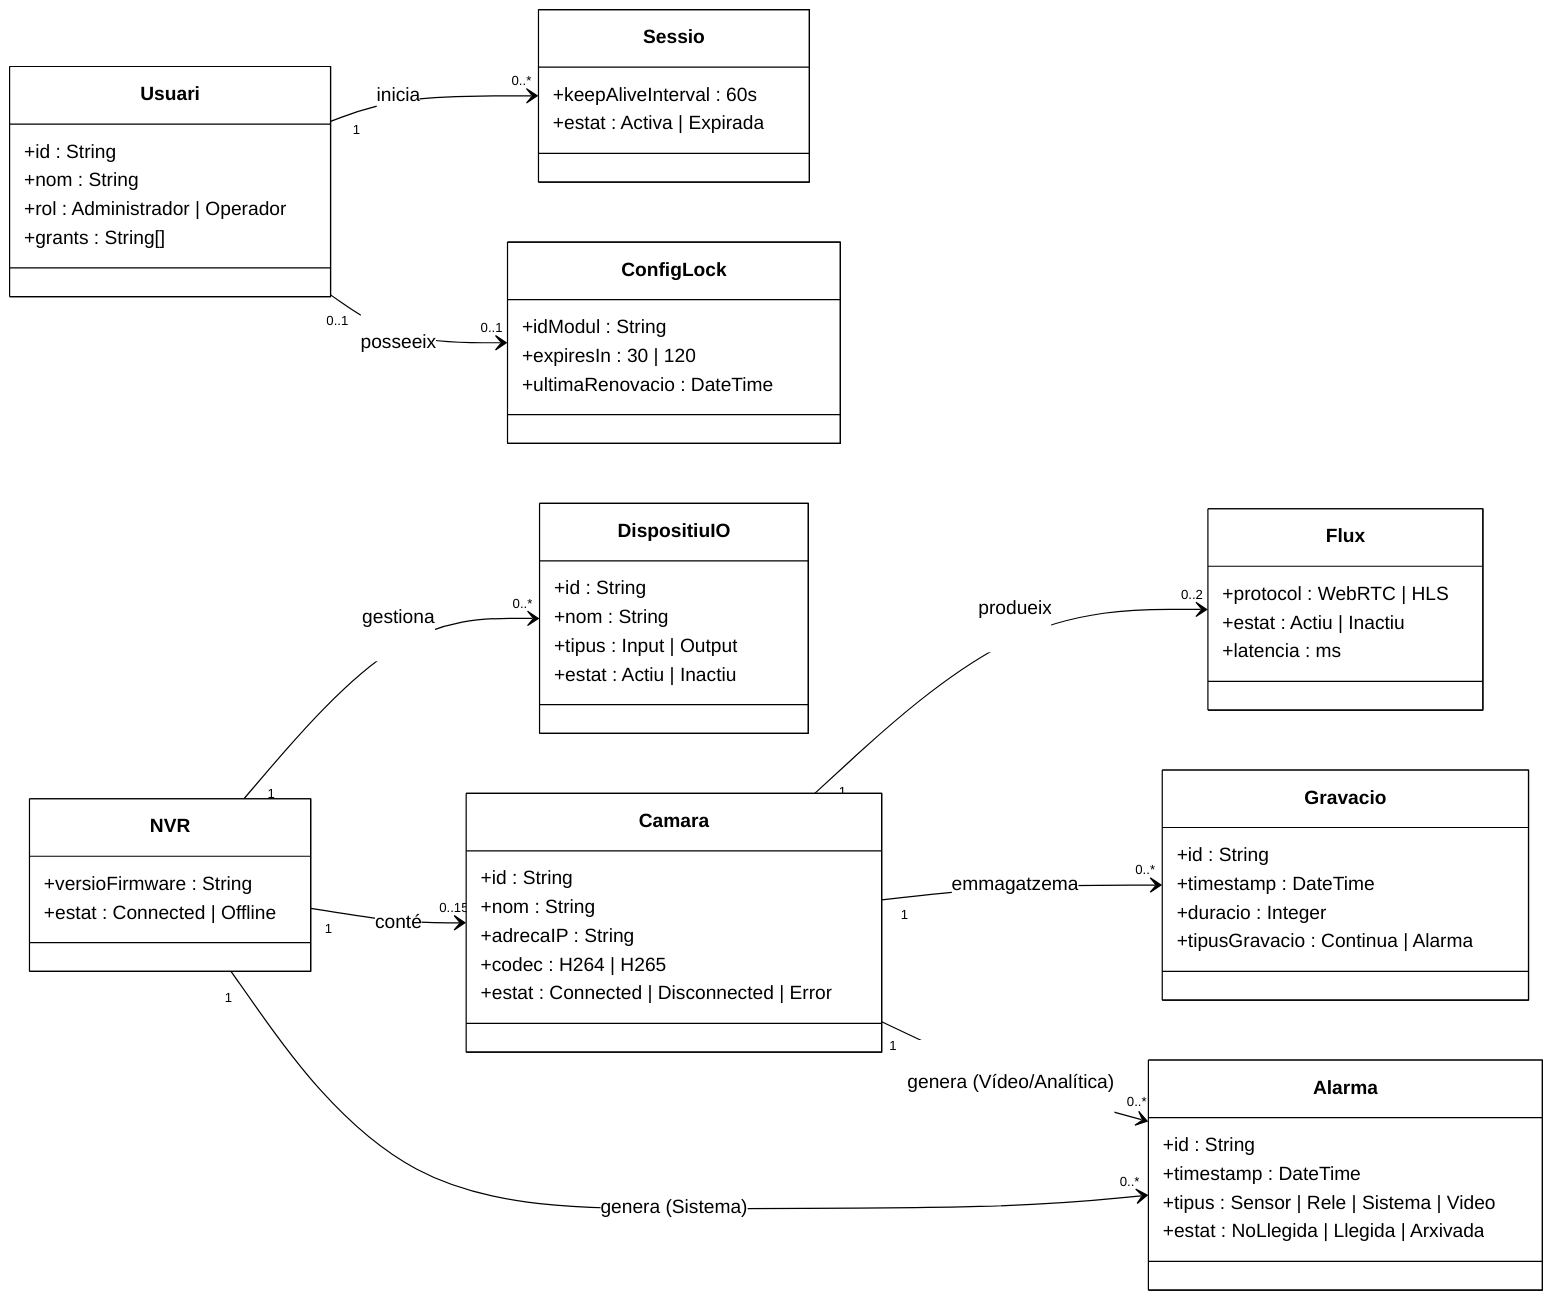
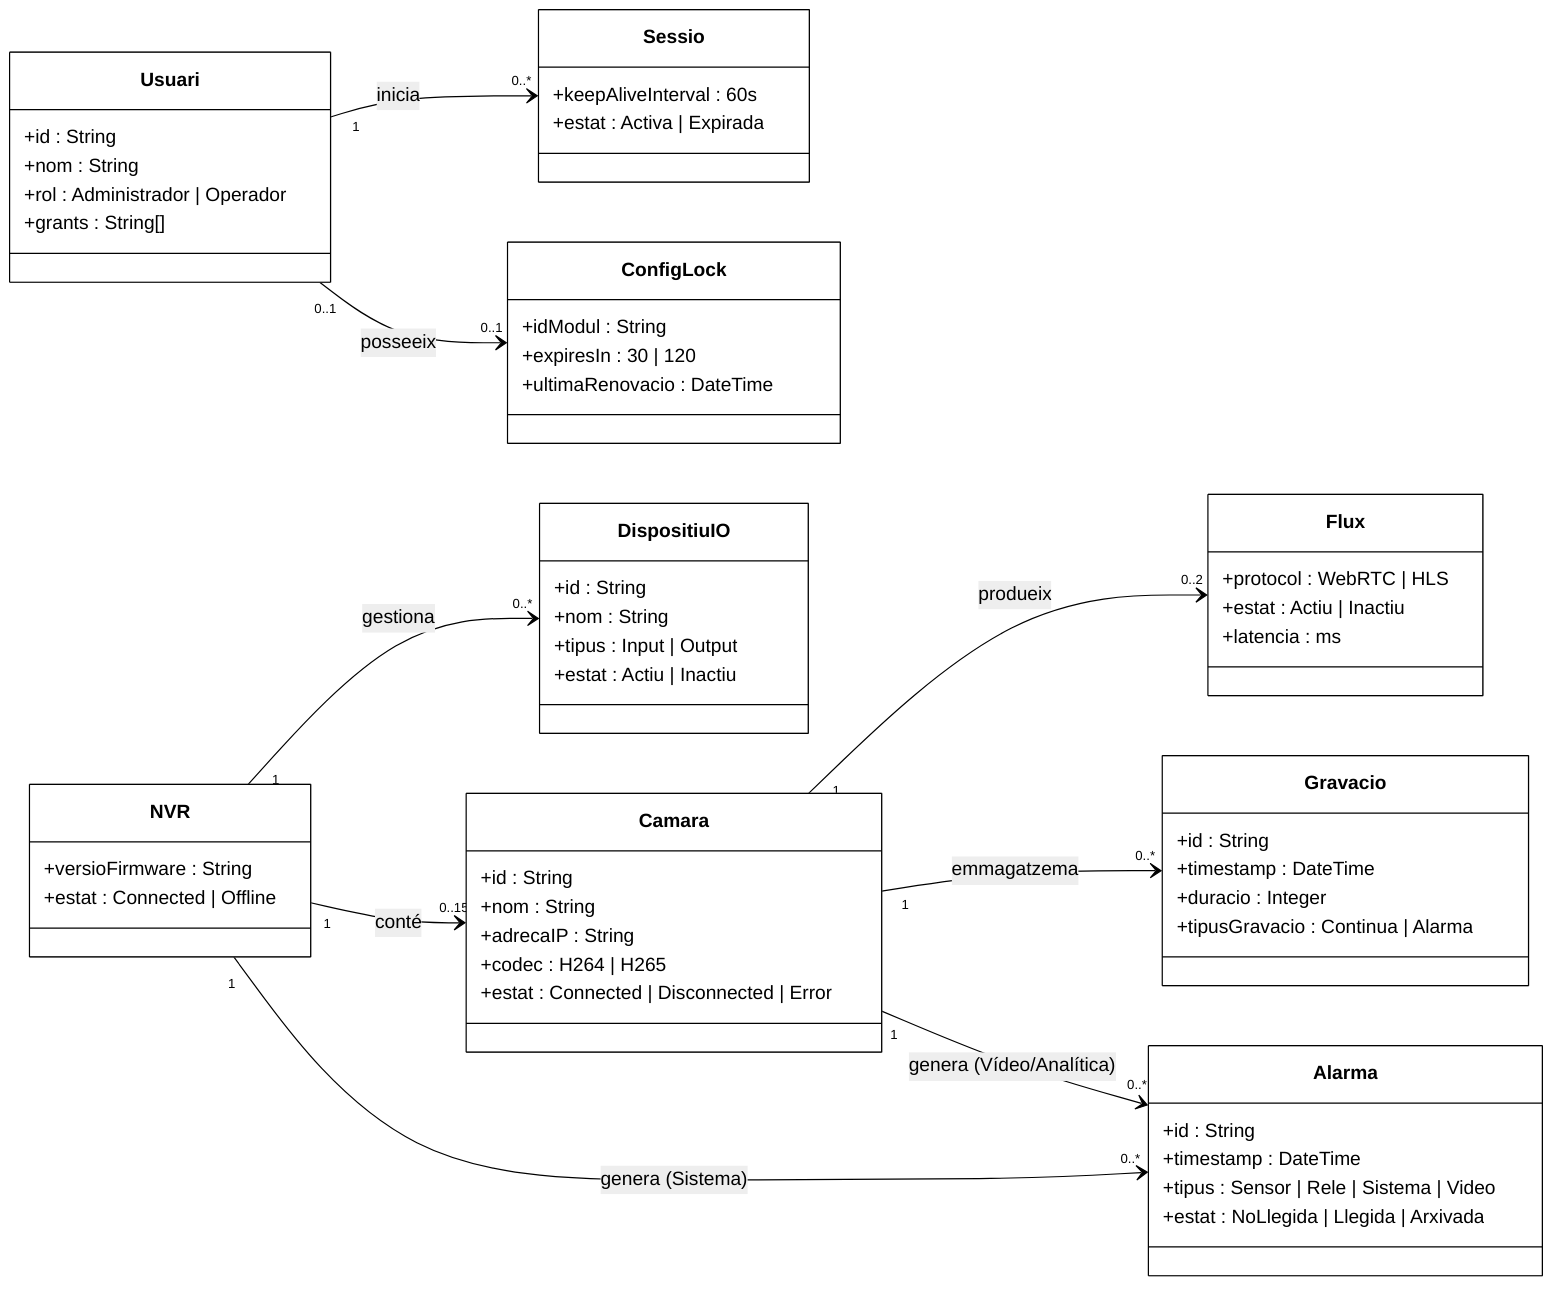
%%{init: {
-  'theme': 'base',
+  'theme': 'neutral',
 'themeVariables': {
   'background': '#ffffff',
   'primaryColor': '#ffffff',
   'primaryTextColor': '#000000',
   'primaryBorderColor': '#000000',
   'lineColor': '#000000',
   'secondaryColor': '#ffffff',
   'tertiaryColor': '#ffffff',
-    'edgeLabelBackground': '#ffffff'
+    'noteBkgColor': '#ffffff',
+    'noteTextColor': '#000000'
 },
-  'themeCSS': '.relationshipLabelBox { fill: #ffffff !important; opacity: 1 !important; } .edgeLabel rect { fill: #ffffff !important; stroke: none !important; } .edgeLabel span { background: #ffffff; padding: 0 2px; } .label { color: #000000 !important; }'
+  'themeCSS': '.outer-path path:first-child { fill: #ffffff !important; } .outer-path path:not(:first-child) { stroke: #000000 !important; } .divider path { stroke: #000000 !important; } .relation { stroke: #000000 !important; } .relationshipLabelBox { fill: #ffffff !important; opacity: 1 !important; } marker path { fill: #000000 !important; stroke: #000000 !important; }'
}}%%

classDiagram
  direction LR

  class NVR {
    +versioFirmware : String
    +estat : Connected | Offline
  }

  class Camara {
    +id : String
    +nom : String
    +adrecaIP : String
    +codec : H264 | H265
    +estat : Connected | Disconnected | Error
  }

  class Flux {
    +protocol : WebRTC | HLS
    +estat : Actiu | Inactiu
    +latencia : ms
  }

  class Gravacio {
    +id : String
    +timestamp : DateTime
    +duracio : Integer
    +tipusGravacio : Continua | Alarma
  }

  class Alarma {
    +id : String
    +timestamp : DateTime
    +tipus : Sensor | Rele | Sistema | Video
    +estat : NoLlegida | Llegida | Arxivada
  }

  class Usuari {
    +id : String
    +nom : String
    +rol : Administrador | Operador
    +grants : String[]
  }

  class Sessio {
    +keepAliveInterval : 60s
    +estat : Activa | Expirada
  }

  class ConfigLock {
    +idModul : String
    +expiresIn : 30 | 120
    +ultimaRenovacio : DateTime
  }

  class DispositiuIO {
    +id : String
    +nom : String
    +tipus : Input | Output
    +estat : Actiu | Inactiu
  }
  NVR "1" --> "0..*" DispositiuIO : gestiona

  NVR "1" --> "0..151" Camara : conté
  NVR "1" --> "0..*" Alarma : genera (Sistema)

  Camara "1" --> "0..2" Flux : produeix
  Camara "1" --> "0..*" Gravacio : emmagatzema
  Camara "1" --> "0..*" Alarma : genera (Vídeo/Analítica)

  Usuari "1" --> "0..*" Sessio : inicia
  Usuari "0..1" --> "0..1" ConfigLock : posseeix
